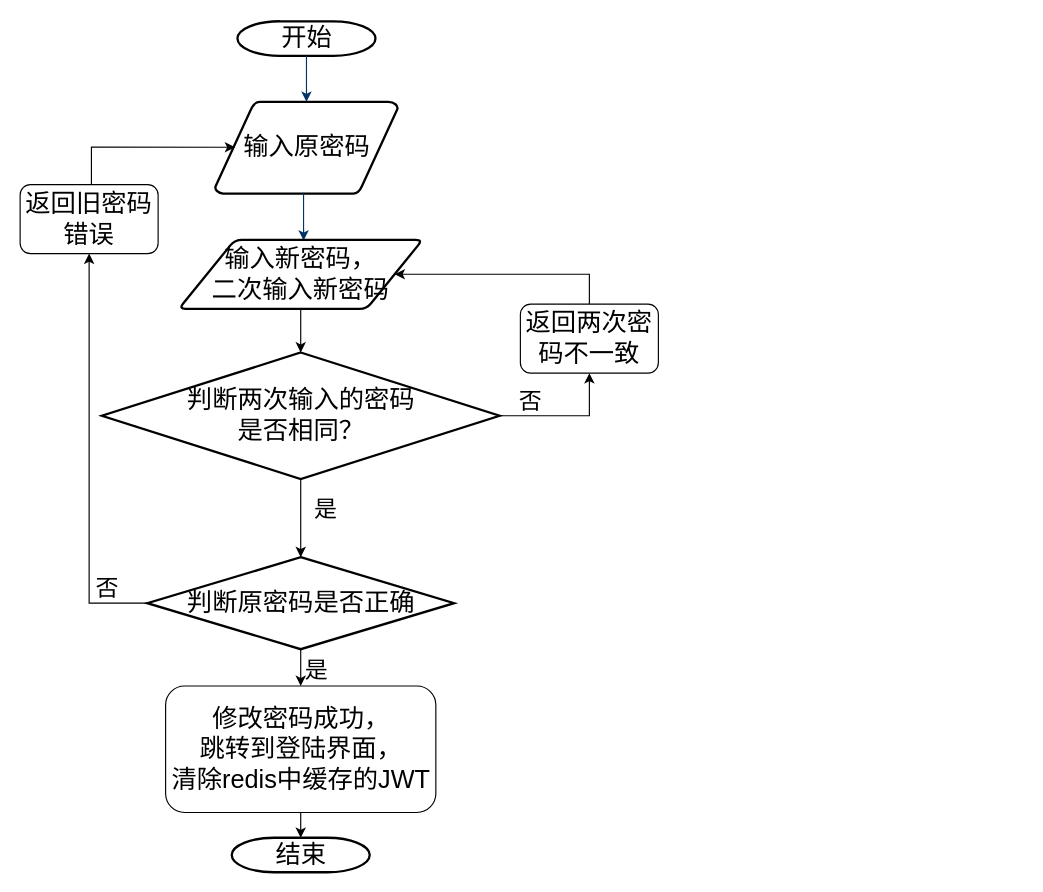
Before: page "修改密码" (3 of 16) of 流程图.drawio in Gonod20s/Voice-Controlled-Robot, a draw.io diagram. Source tidied: cells renumbered, new cells numbered last; positions are measured from the earlier drawing's top-left corner, leaving out a move shared by most shapes. Both pictures are drawn from the tidied source at 115%, with x=0, y=0 at pixel (20, 21).
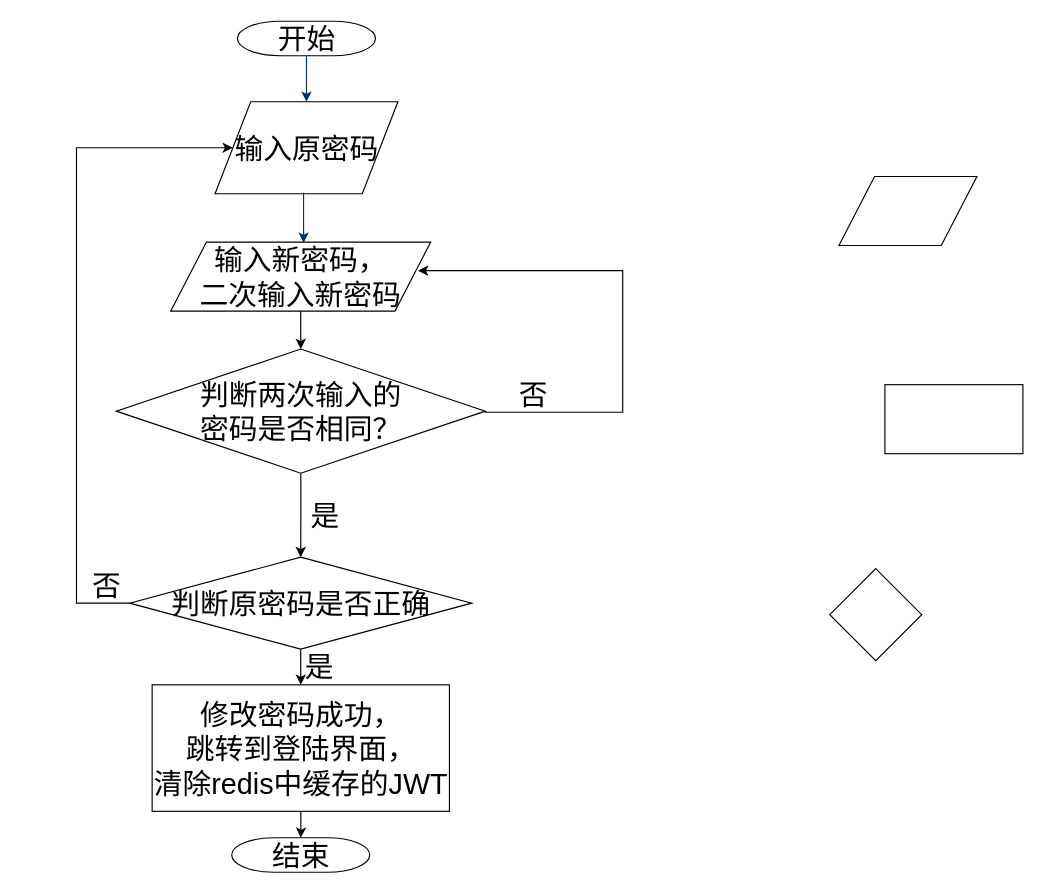
Above is the later version.

The edit, as a diff of the source:
```diff
@@
-    <mxCell id="2" value="&lt;font style=&quot;font-size: 22px;&quot;&gt;开始&lt;/font&gt;" style="shape=mxgraph.flowchart.terminator;strokeWidth=2;gradientColor=none;gradientDirection=north;fontStyle=0;html=1;" parent="1" vertex="1">
+    <mxCell id="2" value="&lt;font&gt;开始&lt;/font&gt;" style="shape=mxgraph.flowchart.terminator;strokeWidth=1;gradientColor=none;gradientDirection=north;fontStyle=0;html=1;fontSize=25;fontFamily=宋体;" parent="1" vertex="1">
       <mxGeometry x="189" width="120" height="30" as="geometry" />
     </mxCell>
-    <mxCell id="3" value="&lt;font style=&quot;font-size: 22px;&quot;&gt;输入原密码&lt;/font&gt;" style="shape=mxgraph.flowchart.data;strokeWidth=2;gradientColor=none;gradientDirection=north;fontStyle=0;html=1;" parent="1" vertex="1">
+    <mxCell id="3" value="&lt;font&gt;输入原密码&lt;/font&gt;" style="shape=parallelogram;perimeter=parallelogramPerimeter;whiteSpace=wrap;html=1;fixedSize=1;size=30.999989827474053;strokeWidth=1;fontSize=25;fontFamily=宋体;" parent="1" vertex="1">
       <mxGeometry x="169.5" y="70" width="159" height="80" as="geometry" />
     </mxCell>
-    <mxCell id="4" style="fontStyle=1;strokeColor=#003366;strokeWidth=1;html=1;" parent="1" edge="1" source="2" target="3">
+    <mxCell id="4" style="fontStyle=1;strokeColor=#003366;strokeWidth=1;html=1;fontSize=25;fontFamily=宋体;" parent="1" edge="1" source="2" target="3">
       <mxGeometry relative="1" as="geometry" />
     </mxCell>
-    <mxCell id="5" style="edgeStyle=elbowEdgeStyle;elbow=horizontal;fontColor=#001933;fontStyle=1;strokeColor=#003366;strokeWidth=1;html=1;exitX=0.484;exitY=0.99;exitDx=0;exitDy=0;exitPerimeter=0;entryX=0.51;entryY=0.011;entryDx=0;entryDy=0;entryPerimeter=0;" parent="1" edge="1" source="3" target="14">
+    <mxCell id="5" style="edgeStyle=elbowEdgeStyle;elbow=horizontal;fontColor=#001933;fontStyle=1;strokeColor=#003366;strokeWidth=1;html=1;exitX=0.484;exitY=0.99;exitDx=0;exitDy=0;exitPerimeter=0;entryX=0.51;entryY=0.011;entryDx=0;entryDy=0;entryPerimeter=0;fontSize=25;fontFamily=宋体;" parent="1" edge="1" source="3" target="14">
       <mxGeometry as="geometry">
         <Array as="points">
           <mxPoint x="246.5" y="209" />
         </Array>
       </mxGeometry>
     </mxCell>
-    <mxCell id="6" style="edgeStyle=orthogonalEdgeStyle;rounded=0;jettySize=auto;html=1;" parent="1" edge="1" source="14" target="9">
+    <mxCell id="6" style="edgeStyle=orthogonalEdgeStyle;rounded=0;jettySize=auto;html=1;strokeWidth=1;fontSize=25;fontFamily=宋体;" parent="1" edge="1" source="14" target="9">
       <mxGeometry relative="1" as="geometry" />
     </mxCell>
-    <mxCell id="7" style="edgeStyle=orthogonalEdgeStyle;rounded=0;jettySize=auto;html=1;entryX=0.5;entryY=0;entryDx=0;entryDy=0;entryPerimeter=0;" parent="1" edge="1" source="9" target="20">
+    <mxCell id="7" style="edgeStyle=orthogonalEdgeStyle;rounded=0;jettySize=auto;html=1;entryX=0.5;entryY=0;entryDx=0;entryDy=0;entryPerimeter=0;strokeWidth=1;fontSize=25;fontFamily=宋体;" parent="1" edge="1" source="9" target="20">
       <mxGeometry relative="1" as="geometry" />
     </mxCell>
-    <mxCell id="8" style="edgeStyle=orthogonalEdgeStyle;rounded=0;jettySize=auto;html=1;exitX=1;exitY=0.5;exitDx=0;exitDy=0;exitPerimeter=0;entryX=0.5;entryY=1;entryDx=0;entryDy=0;" parent="1" edge="1" source="9" target="16">
-      <mxGeometry relative="1" as="geometry" />
-    </mxCell>
-    <mxCell id="9" value="&lt;font style=&quot;font-size: 22px;&quot;&gt;判断两次输入的密码&lt;/font&gt;&lt;div&gt;&lt;font style=&quot;font-size: 22px;&quot;&gt;是否相同？&lt;/font&gt;&lt;/div&gt;" style="shape=mxgraph.flowchart.decision;strokeWidth=2;gradientColor=none;gradientDirection=north;fontStyle=0;html=1;" parent="1" vertex="1">
-      <mxGeometry x="71.1" y="288" width="345.8" height="110" as="geometry" />
+    <mxCell id="9" value="&lt;font&gt;判断两次输入&lt;/font&gt;&lt;span style=&quot;background-color: transparent;&quot;&gt;的&lt;/span&gt;&lt;div&gt;&lt;font&gt;密码&lt;/font&gt;&lt;span style=&quot;background-color: transparent;&quot;&gt;是否相同？&lt;/span&gt;&lt;/div&gt;" style="shape=mxgraph.flowchart.decision;strokeWidth=1;gradientColor=none;gradientDirection=north;fontStyle=0;html=1;strokeColor=default;align=center;verticalAlign=middle;fontFamily=宋体;fontSize=25;fontColor=default;fillColor=default;" parent="1" vertex="1">
+      <mxGeometry x="83.6" y="285" width="320.9" height="108" as="geometry" />
     </mxCell>
-    <mxCell id="10" style="edgeStyle=orthogonalEdgeStyle;rounded=0;jettySize=auto;html=1;" parent="1" edge="1" source="11" target="13">
+    <mxCell id="10" style="edgeStyle=orthogonalEdgeStyle;rounded=0;jettySize=auto;html=1;strokeWidth=1;fontSize=25;fontFamily=宋体;" parent="1" edge="1" source="11" target="13">
       <mxGeometry relative="1" as="geometry" />
     </mxCell>
-    <mxCell id="11" value="&lt;font style=&quot;font-size: 22px;&quot;&gt;修改密码成功，&lt;/font&gt;&lt;div&gt;&lt;font style=&quot;font-size: 22px;&quot;&gt;跳转到登陆界面，&lt;/font&gt;&lt;/div&gt;&lt;div&gt;&lt;font style=&quot;font-size: 22px;&quot;&gt;清除redis中缓存的JWT&lt;/font&gt;&lt;/div&gt;" style="rounded=1;whiteSpace=wrap;html=1;" parent="1" vertex="1">
-      <mxGeometry x="126.5" y="578" width="235" height="110" as="geometry" />
+    <mxCell id="11" value="&lt;font&gt;修改密码成功，&lt;/font&gt;&lt;div&gt;&lt;font&gt;跳转到登陆界面，&lt;/font&gt;&lt;/div&gt;&lt;div&gt;&lt;font&gt;清除redis中缓存的JWT&lt;/font&gt;&lt;/div&gt;" style="rounded=0;whiteSpace=wrap;html=1;strokeColor=default;align=center;verticalAlign=middle;fontFamily=宋体;fontSize=25;fontColor=default;fillColor=default;strokeWidth=1;" parent="1" vertex="1">
+      <mxGeometry x="114.8" y="577" width="258.5" height="110" as="geometry" />
     </mxCell>
-    <mxCell id="12" value="&lt;font style=&quot;font-size: 20px;&quot;&gt;是&lt;/font&gt;" style="text;fontStyle=0;html=1;strokeColor=none;gradientColor=none;fillColor=none;strokeWidth=2;" parent="1" vertex="1">
-      <mxGeometry x="254" y="406" width="40" height="26" as="geometry" />
+    <mxCell id="12" value="&lt;font&gt;是&lt;/font&gt;" style="text;fontStyle=0;html=1;strokeColor=none;gradientColor=none;fillColor=none;strokeWidth=1;fontSize=25;fontFamily=宋体;" parent="1" vertex="1">
+      <mxGeometry x="251" y="408" width="40" height="26" as="geometry" />
     </mxCell>
-    <mxCell id="13" value="&lt;font style=&quot;font-size: 22px;&quot;&gt;结束&lt;/font&gt;" style="shape=mxgraph.flowchart.terminator;strokeWidth=2;gradientColor=none;gradientDirection=north;fontStyle=0;html=1;" parent="1" vertex="1">
+    <mxCell id="13" value="&lt;font&gt;结束&lt;/font&gt;" style="shape=mxgraph.flowchart.terminator;strokeWidth=1;gradientColor=none;gradientDirection=north;fontStyle=0;html=1;fontSize=25;fontFamily=宋体;" parent="1" vertex="1">
       <mxGeometry x="184" y="710" width="120" height="30" as="geometry" />
     </mxCell>
-    <mxCell id="14" value="&lt;font style=&quot;font-size: 22px;&quot;&gt;输入新密码，&lt;/font&gt;&lt;div&gt;&lt;font style=&quot;font-size: 22px;&quot;&gt;二次输入新密码&lt;/font&gt;&lt;/div&gt;" style="shape=parallelogram;html=1;strokeWidth=2;perimeter=parallelogramPerimeter;whiteSpace=wrap;rounded=1;arcSize=12;size=0.23;" parent="1" vertex="1">
-      <mxGeometry x="138" y="190" width="212" height="60" as="geometry" />
+    <mxCell id="14" value="&lt;font&gt;输入新密码，&lt;/font&gt;&lt;div&gt;&lt;font&gt;二次输入新密码&lt;/font&gt;&lt;/div&gt;" style="shape=parallelogram;perimeter=parallelogramPerimeter;whiteSpace=wrap;html=1;fixedSize=1;size=30.999989827474053;strokeWidth=1;fontSize=25;fontFamily=宋体;" parent="1" vertex="1">
+      <mxGeometry x="131" y="192" width="226" height="60" as="geometry" />
     </mxCell>
-    <mxCell id="15" style="edgeStyle=orthogonalEdgeStyle;rounded=0;jettySize=auto;html=1;entryX=1;entryY=0.5;entryDx=0;entryDy=0;exitX=0.5;exitY=0;exitDx=0;exitDy=0;" parent="1" edge="1" source="16" target="14">
-      <mxGeometry relative="1" as="geometry">
-        <Array as="points">
-          <mxPoint x="495" y="220" />
-        </Array>
-      </mxGeometry>
-    </mxCell>
-    <mxCell id="16" value="&lt;font style=&quot;font-size: 22px;&quot;&gt;返回两次密码不一致&lt;/font&gt;" style="rounded=1;whiteSpace=wrap;html=1;" parent="1" vertex="1">
-      <mxGeometry x="435" y="246" width="120" height="60" as="geometry" />
-    </mxCell>
-    <mxCell id="17" value="&lt;font style=&quot;font-size: 20px;&quot;&gt;否&lt;/font&gt;" style="text;fontStyle=0;html=1;strokeColor=none;gradientColor=none;fillColor=none;strokeWidth=2;" parent="1" vertex="1">
-      <mxGeometry x="432" y="312" width="40" height="26" as="geometry" />
+    <mxCell id="17" value="&lt;font&gt;否&lt;/font&gt;" style="text;fontStyle=0;html=1;strokeColor=none;gradientColor=none;fillColor=none;strokeWidth=1;fontSize=25;fontFamily=宋体;" parent="1" vertex="1">
+      <mxGeometry x="432" y="303" width="40" height="26" as="geometry" />
     </mxCell>
-    <mxCell id="18" style="edgeStyle=orthogonalEdgeStyle;rounded=0;jettySize=auto;html=1;" parent="1" edge="1" source="20" target="11">
+    <mxCell id="18" style="edgeStyle=orthogonalEdgeStyle;rounded=0;jettySize=auto;html=1;strokeWidth=1;fontSize=25;fontFamily=宋体;" parent="1" edge="1" source="20" target="11">
       <mxGeometry relative="1" as="geometry" />
     </mxCell>
-    <mxCell id="19" style="edgeStyle=orthogonalEdgeStyle;rounded=0;jettySize=auto;html=1;entryX=0.5;entryY=1;entryDx=0;entryDy=0;" parent="1" edge="1" source="20" target="23">
+    <mxCell id="19" style="edgeStyle=orthogonalEdgeStyle;rounded=0;jettySize=auto;html=1;strokeWidth=1;fontSize=25;fontFamily=宋体;" parent="1" edge="1" source="20" target="3">
       <mxGeometry relative="1" as="geometry">
         <Array as="points">
-          <mxPoint x="60" y="506" />
+          <mxPoint x="49" y="506" />
+          <mxPoint x="49" y="110" />
         </Array>
       </mxGeometry>
     </mxCell>
-    <mxCell id="20" value="&lt;font style=&quot;font-size: 22px;&quot;&gt;判断原密码是否正确&lt;/font&gt;" style="shape=mxgraph.flowchart.decision;strokeWidth=2;gradientColor=none;gradientDirection=north;fontStyle=0;html=1;" parent="1" vertex="1">
-      <mxGeometry x="110.6" y="466" width="266.8" height="80" as="geometry" />
+    <mxCell id="20" value="&lt;font&gt;判断原密码是否正确&lt;/font&gt;" style="shape=mxgraph.flowchart.decision;strokeWidth=1;gradientColor=none;gradientDirection=north;fontStyle=0;html=1;strokeColor=default;align=center;verticalAlign=middle;fontFamily=宋体;fontSize=25;fontColor=default;fillColor=default;" parent="1" vertex="1">
+      <mxGeometry x="95.3" y="466" width="297.4" height="80" as="geometry" />
     </mxCell>
-    <mxCell id="21" value="&lt;font style=&quot;font-size: 20px;&quot;&gt;是&lt;/font&gt;" style="text;fontStyle=0;html=1;strokeColor=none;gradientColor=none;fillColor=none;strokeWidth=2;" parent="1" vertex="1">
-      <mxGeometry x="246" y="546" width="40" height="26" as="geometry" />
+    <mxCell id="21" value="&lt;font&gt;是&lt;/font&gt;" style="text;fontStyle=0;html=1;strokeColor=none;gradientColor=none;fillColor=none;strokeWidth=1;fontSize=25;fontFamily=宋体;" parent="1" vertex="1">
+      <mxGeometry x="246" y="540" width="40" height="26" as="geometry" />
     </mxCell>
-    <mxCell id="22" style="edgeStyle=orthogonalEdgeStyle;rounded=0;jettySize=auto;html=1;entryX=0.11;entryY=0.494;entryDx=0;entryDy=0;entryPerimeter=0;" parent="1" edge="1" source="23" target="3">
-      <mxGeometry relative="1" as="geometry">
-        <Array as="points">
-          <mxPoint x="62" y="110" />
-        </Array>
-      </mxGeometry>
-    </mxCell>
-    <mxCell id="23" value="&lt;font style=&quot;font-size: 22px;&quot;&gt;返回旧密码错误&lt;/font&gt;" style="rounded=1;whiteSpace=wrap;html=1;" parent="1" vertex="1">
-      <mxGeometry y="142" width="120" height="60" as="geometry" />
-    </mxCell>
-    <mxCell id="24" value="&lt;font style=&quot;font-size: 20px;&quot;&gt;否&lt;/font&gt;" style="text;fontStyle=0;html=1;strokeColor=none;gradientColor=none;fillColor=none;strokeWidth=2;" parent="1" vertex="1">
-      <mxGeometry x="64" y="474" width="40" height="26" as="geometry" />
+    <mxCell id="24" value="&lt;font&gt;否&lt;/font&gt;" style="text;fontStyle=0;html=1;strokeColor=none;gradientColor=none;fillColor=none;strokeWidth=1;fontSize=25;fontFamily=宋体;" parent="1" vertex="1">
+      <mxGeometry x="61" y="469" width="40" height="26" as="geometry" />
     </mxCell>
+    <mxCell id="25" style="shape=parallelogram;perimeter=parallelogramPerimeter;whiteSpace=wrap;html=1;fixedSize=1;size=30.999989827474053;" parent="1" vertex="1">
+      <mxGeometry x="712" y="135" width="120" height="60" as="geometry" />
+    </mxCell>
+    <mxCell id="26" style="rounded=0;whiteSpace=wrap;html=1;" parent="1" vertex="1">
+      <mxGeometry x="752" y="316" width="120" height="60" as="geometry" />
+    </mxCell>
+    <mxCell id="27" style="rhombus;whiteSpace=wrap;html=1;strokeColor=default;align=center;verticalAlign=middle;fontFamily=Helvetica;fontSize=12;fontColor=default;fillColor=default;" parent="1" vertex="1">
+      <mxGeometry x="704" y="476" width="80" height="80" as="geometry" />
+    </mxCell>
+    <mxCell id="28" style="edgeStyle=orthogonalEdgeStyle;rounded=0;jettySize=auto;html=1;entryX=0.951;entryY=0.414;entryDx=0;entryDy=0;entryPerimeter=0;strokeWidth=1;fontSize=25;fontFamily=宋体;exitX=1;exitY=0.5;exitDx=0;exitDy=0;exitPerimeter=0;" parent="1" edge="1" source="9" target="14">
+      <mxGeometry relative="1" as="geometry">
+        <Array as="points">
+          <mxPoint x="524" y="340" />
+          <mxPoint x="524" y="217" />
+        </Array>
+      </mxGeometry>
+    </mxCell>
```
